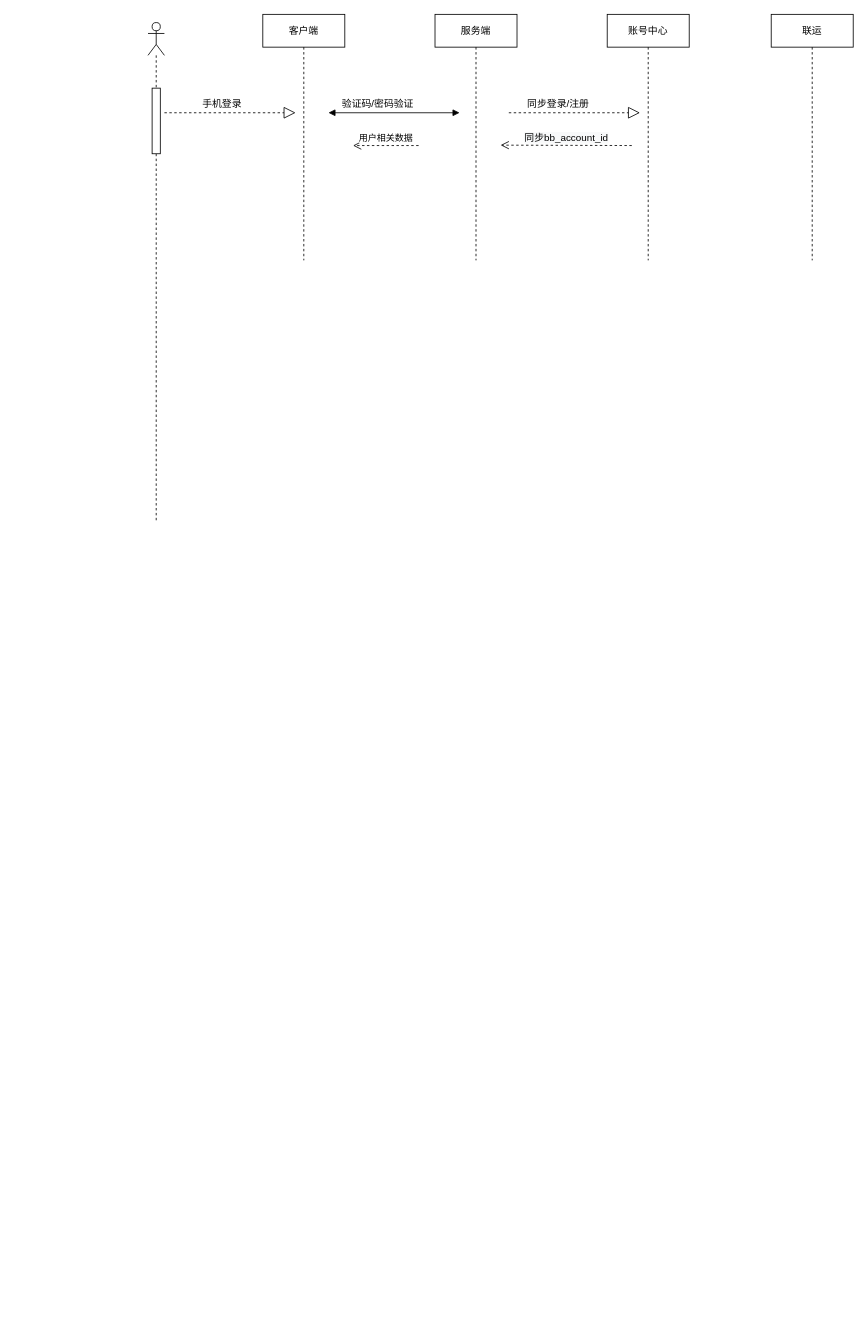
Before: page "会员注册登录" (3 of 3) of 学习/Untitled Diagram.drawio in yellowseatag/myweb, a draw.io diagram. Source tidied: cells renumbered, new cells numbered last; positions are measured from the earlier drawing's top-left corner, leaving out a move shared by most shapes. Both pictures are drawn from the tidied source at 82%, with x=0, y=0 at pixel (148, 14).
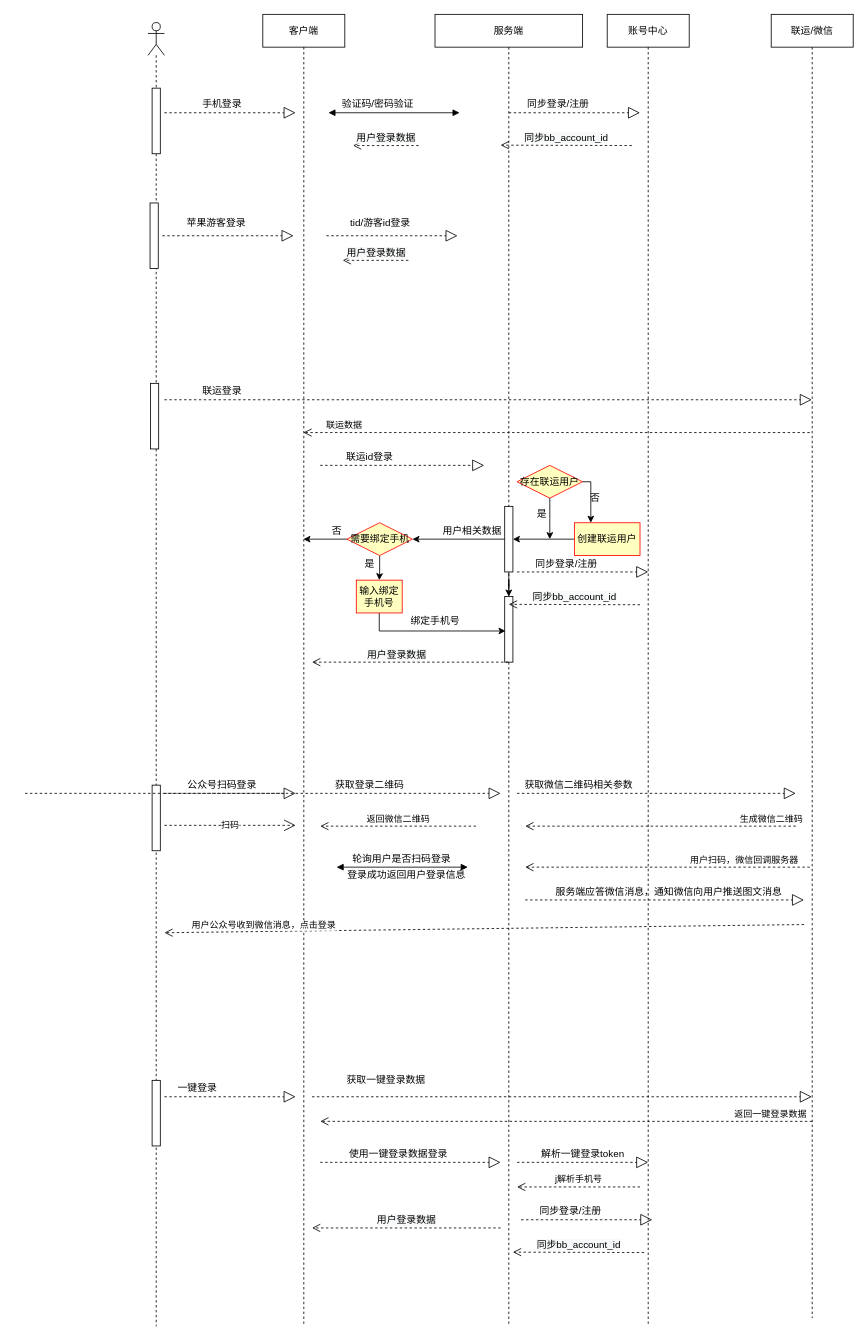
Above is the later version.

Diff of the diagram source:
```diff
@@
     <mxCell id="2" value="服务端" style="shape=umlLifeline;perimeter=lifelinePerimeter;whiteSpace=wrap;html=1;outlineConnect=0;" parent="1" vertex="1">
-      <mxGeometry x="350" width="100" height="300" as="geometry" />
+      <mxGeometry x="350" width="180" height="1600" as="geometry" />
     </mxCell>
@@
+    <mxCell id="16" value="存在联运用户" style="rhombus;whiteSpace=wrap;html=1;fillColor=#ffffc0;strokeColor=#ff0000;" parent="2" vertex="1">
+      <mxGeometry x="100" y="550" width="80" height="40" as="geometry" />
+    </mxCell>
+    <mxCell id="17" style="edgeStyle=orthogonalEdgeStyle;rounded=0;jettySize=auto;html=1;" parent="2" edge="1" source="18" target="19">
+      <mxGeometry relative="1" as="geometry" />
+    </mxCell>
+    <mxCell id="18" style="html=1;points=[];perimeter=orthogonalPerimeter;" parent="2" vertex="1">
+      <mxGeometry x="85" y="600" width="10" height="80" as="geometry" />
+    </mxCell>
+    <mxCell id="19" style="html=1;points=[];perimeter=orthogonalPerimeter;" parent="2" vertex="1">
+      <mxGeometry x="85" y="710" width="10" height="80" as="geometry" />
+    </mxCell>
+    <mxCell id="20" style="endArrow=block;dashed=1;endFill=0;endSize=12;html=1;" parent="2" edge="1">
+      <mxGeometry relative="1" as="geometry">
+        <mxPoint x="100" y="950" as="sourcePoint" />
+        <mxPoint x="440" y="950" as="targetPoint" />
+      </mxGeometry>
+    </mxCell>
+    <mxCell id="21" style="endArrow=block;dashed=1;endFill=0;endSize=12;html=1;" parent="2" edge="1">
+      <mxGeometry relative="1" as="geometry">
+        <mxPoint x="110" y="1080" as="sourcePoint" />
+        <mxPoint x="450" y="1080" as="targetPoint" />
+      </mxGeometry>
+    </mxCell>
+    <mxCell id="22" style="endArrow=block;dashed=1;endFill=0;endSize=12;html=1;" parent="2" edge="1">
+      <mxGeometry relative="1" as="geometry">
+        <mxPoint x="100" y="1400" as="sourcePoint" />
+        <mxPoint x="260" y="1400" as="targetPoint" />
+      </mxGeometry>
+    </mxCell>
+    <mxCell id="23" value="j解析手机号" style="html=1;verticalAlign=bottom;endArrow=open;dashed=1;endSize=8;" parent="2" edge="1">
+      <mxGeometry relative="1" as="geometry">
+        <mxPoint x="250" y="1430" as="sourcePoint" />
+        <mxPoint x="100" y="1430" as="targetPoint" />
+      </mxGeometry>
+    </mxCell>
+    <mxCell id="24" value="&lt;span style=&quot;font-size: 12px ; background-color: rgb(248 , 249 , 250)&quot;&gt;用户登录数据&lt;/span&gt;" style="html=1;verticalAlign=bottom;endArrow=open;dashed=1;endSize=8;" parent="2" edge="1">
+      <mxGeometry relative="1" as="geometry">
+        <mxPoint x="80" y="1480" as="sourcePoint" />
+        <mxPoint x="-150" y="1480" as="targetPoint" />
+      </mxGeometry>
+    </mxCell>
     <mxCell id="4" value="账号中心" style="shape=umlLifeline;perimeter=lifelinePerimeter;whiteSpace=wrap;html=1;" parent="1" vertex="1">
-      <mxGeometry x="560" width="100" height="300" as="geometry" />
+      <mxGeometry x="560" width="100" height="1600" as="geometry" />
     </mxCell>
-    <mxCell id="5" value="联运" style="shape=umlLifeline;perimeter=lifelinePerimeter;whiteSpace=wrap;html=1;outlineConnect=0;" parent="1" vertex="1">
-      <mxGeometry x="760" width="100" height="300" as="geometry" />
+    <mxCell id="5" value="联运/微信" style="shape=umlLifeline;perimeter=lifelinePerimeter;whiteSpace=wrap;html=1;outlineConnect=0;" parent="1" vertex="1">
+      <mxGeometry x="760" width="100" height="1590" as="geometry" />
     </mxCell>
     <mxCell id="6" value="客户端" style="shape=umlLifeline;perimeter=lifelinePerimeter;whiteSpace=wrap;html=1;outlineConnect=0;" parent="1" vertex="1">
-      <mxGeometry x="140" width="100" height="300" as="geometry" />
+      <mxGeometry x="140" width="100" height="1600" as="geometry" />
     </mxCell>
@@
+    <mxCell id="25" style="endArrow=block;dashed=1;endFill=0;endSize=12;html=1;" parent="6" edge="1">
+      <mxGeometry relative="1" as="geometry">
+        <mxPoint x="77.5" y="270" as="sourcePoint" />
+        <mxPoint x="237.5" y="270" as="targetPoint" />
+      </mxGeometry>
+    </mxCell>
+    <mxCell id="26" style="endArrow=block;dashed=1;endFill=0;endSize=12;html=1;" parent="6" edge="1">
+      <mxGeometry relative="1" as="geometry">
+        <mxPoint x="70" y="550" as="sourcePoint" />
+        <mxPoint x="270" y="550" as="targetPoint" />
+      </mxGeometry>
+    </mxCell>
+    <mxCell id="27" value="&lt;span style=&quot;font-size: 12px ; background-color: rgb(248 , 249 , 250)&quot;&gt;用户登录数据&lt;/span&gt;" style="html=1;verticalAlign=bottom;endArrow=open;dashed=1;endSize=8;" parent="6" edge="1" source="2">
+      <mxGeometry x="0.14" relative="1" as="geometry">
+        <mxPoint x="60" y="790" as="targetPoint" />
+      </mxGeometry>
+    </mxCell>
+    <mxCell id="28" style="endArrow=block;startArrow=block;endFill=1;startFill=1;html=1;" parent="6" edge="1">
+      <mxGeometry relative="1" as="geometry">
+        <mxPoint x="90" y="1040" as="sourcePoint" />
+        <mxPoint x="250" y="1040" as="targetPoint" />
+      </mxGeometry>
+    </mxCell>
+    <mxCell id="29" style="endArrow=block;dashed=1;endFill=0;endSize=12;html=1;" parent="6" edge="1" target="5">
+      <mxGeometry relative="1" as="geometry">
+        <mxPoint x="60" y="1320" as="sourcePoint" />
+      </mxGeometry>
+    </mxCell>
+    <mxCell id="30" style="endArrow=block;dashed=1;endFill=0;endSize=12;html=1;" parent="6" edge="1">
+      <mxGeometry relative="1" as="geometry">
+        <mxPoint x="70" y="1400" as="sourcePoint" />
+        <mxPoint x="290" y="1400" as="targetPoint" />
+      </mxGeometry>
+    </mxCell>
     <mxCell id="8" style="shape=umlLifeline;participant=umlActor;perimeter=lifelinePerimeter;whiteSpace=wrap;html=1;verticalAlign=top;spacingTop=36;" parent="1" vertex="1">
-      <mxGeometry y="10" width="20" height="610" as="geometry" />
+      <mxGeometry y="10" width="20" height="1590" as="geometry" />
     </mxCell>
@@
+    <mxCell id="31" style="html=1;perimeter=orthogonalPerimeter;" parent="8" vertex="1">
+      <mxGeometry x="2.5" y="220" width="10" height="80" as="geometry" />
+    </mxCell>
+    <mxCell id="32" style="html=1;perimeter=orthogonalPerimeter;" parent="8" vertex="1">
+      <mxGeometry x="3" y="440" width="10" height="80" as="geometry" />
+    </mxCell>
+    <mxCell id="33" style="html=1;perimeter=orthogonalPerimeter;" parent="8" vertex="1">
+      <mxGeometry x="5" y="930" width="10" height="80" as="geometry" />
+    </mxCell>
+    <mxCell id="34" style="html=1;perimeter=orthogonalPerimeter;" parent="8" vertex="1">
+      <mxGeometry x="5" y="1290" width="10" height="80" as="geometry" />
+    </mxCell>
@@
-    <mxCell id="15" value="用户相关数据" style="html=1;verticalAlign=bottom;endArrow=open;dashed=1;endSize=8;" parent="1" edge="1">
+    <mxCell id="15" value="&lt;span style=&quot;font-size: 12px ; background-color: rgb(248 , 249 , 250)&quot;&gt;用户登录数据&lt;/span&gt;" style="html=1;verticalAlign=bottom;endArrow=open;dashed=1;endSize=8;" parent="1" edge="1">
       <mxGeometry relative="1" as="geometry">
         <mxPoint x="330" y="160" as="sourcePoint" />
         <mxPoint x="250" y="160" as="targetPoint" />
       </mxGeometry>
     </mxCell>
+    <mxCell id="35" style="endArrow=block;dashed=1;endFill=0;endSize=12;html=1;" parent="1" edge="1">
+      <mxGeometry relative="1" as="geometry">
+        <mxPoint x="17.5" y="270" as="sourcePoint" />
+        <mxPoint x="177.5" y="270" as="targetPoint" />
+      </mxGeometry>
+    </mxCell>
+    <mxCell id="36" value="苹果游客登录" style="text;html=1;align=center;verticalAlign=middle;strokeColor=none;" parent="1" vertex="1">
+      <mxGeometry x="37.5" y="245" width="90" height="20" as="geometry" />
+    </mxCell>
+    <mxCell id="37" value="tid/游客id登录" style="text;html=1;align=center;verticalAlign=middle;strokeColor=none;" parent="1" vertex="1">
+      <mxGeometry x="237.5" y="245" width="90" height="20" as="geometry" />
+    </mxCell>
+    <mxCell id="38" value="&lt;span style=&quot;font-size: 12px ; background-color: rgb(248 , 249 , 250)&quot;&gt;用户登录数据&lt;/span&gt;" style="html=1;verticalAlign=bottom;endArrow=open;dashed=1;endSize=8;" parent="1" edge="1">
+      <mxGeometry relative="1" as="geometry">
+        <mxPoint x="317.5" y="300" as="sourcePoint" />
+        <mxPoint x="237.5" y="300" as="targetPoint" />
+      </mxGeometry>
+    </mxCell>
+    <mxCell id="39" style="endArrow=block;dashed=1;endFill=0;endSize=12;html=1;" parent="1" edge="1" target="5">
+      <mxGeometry relative="1" as="geometry">
+        <mxPoint x="20" y="470" as="sourcePoint" />
+      </mxGeometry>
+    </mxCell>
+    <mxCell id="40" value="联运登录" style="text;html=1;align=center;verticalAlign=middle;strokeColor=none;" parent="1" vertex="1">
+      <mxGeometry x="60" y="450" width="60" height="20" as="geometry" />
+    </mxCell>
+    <mxCell id="41" value="联运数据" style="html=1;verticalAlign=bottom;endArrow=open;dashed=1;endSize=8;" parent="1" edge="1" target="6">
+      <mxGeometry x="0.84" relative="1" as="geometry">
+        <mxPoint x="807" y="510" as="sourcePoint" />
+      </mxGeometry>
+    </mxCell>
+    <mxCell id="42" value="联运id登录" style="text;html=1;align=center;verticalAlign=middle;strokeColor=none;" parent="1" vertex="1">
+      <mxGeometry x="235" y="530" width="70" height="20" as="geometry" />
+    </mxCell>
+    <mxCell id="43" style="edgeStyle=orthogonalEdgeStyle;rounded=0;jettySize=auto;html=1;" parent="1" edge="1" source="44" target="18">
+      <mxGeometry relative="1" as="geometry" />
+    </mxCell>
+    <mxCell id="44" value="创建联运用户" style="whiteSpace=wrap;html=1;strokeColor=#ff0000;fillColor=#ffffc0;" parent="1" vertex="1">
+      <mxGeometry x="520" y="620" width="80" height="40" as="geometry" />
+    </mxCell>
+    <mxCell id="45" style="edgeStyle=orthogonalEdgeStyle;rounded=0;jettySize=auto;html=1;" parent="1" edge="1" source="16" target="44">
+      <mxGeometry relative="1" as="geometry">
+        <Array as="points">
+          <mxPoint x="540" y="570" />
+        </Array>
+      </mxGeometry>
+    </mxCell>
+    <mxCell id="46" value="否" style="text;html=1;align=center;verticalAlign=middle;strokeColor=none;" parent="1" vertex="1">
+      <mxGeometry x="530" y="580" width="30" height="20" as="geometry" />
+    </mxCell>
+    <mxCell id="47" style="edgeStyle=orthogonalEdgeStyle;rounded=0;jettySize=auto;html=1;exitX=0.5;exitY=1;exitDx=0;exitDy=0;" parent="1" edge="1" source="16">
+      <mxGeometry relative="1" as="geometry">
+        <mxPoint x="490" y="640" as="targetPoint" />
+      </mxGeometry>
+    </mxCell>
+    <mxCell id="48" value="是" style="text;html=1;align=center;verticalAlign=middle;strokeColor=none;" parent="1" vertex="1">
+      <mxGeometry x="465" y="600" width="30" height="20" as="geometry" />
+    </mxCell>
+    <mxCell id="49" style="edgeStyle=orthogonalEdgeStyle;rounded=0;jettySize=auto;html=1;" parent="1" edge="1" source="51" target="6">
+      <mxGeometry relative="1" as="geometry">
+        <Array as="points">
+          <mxPoint x="220" y="640" />
+          <mxPoint x="220" y="640" />
+        </Array>
+      </mxGeometry>
+    </mxCell>
+    <mxCell id="50" style="edgeStyle=orthogonalEdgeStyle;rounded=0;jettySize=auto;html=1;" parent="1" edge="1" source="51" target="56">
+      <mxGeometry relative="1" as="geometry" />
+    </mxCell>
+    <mxCell id="51" value="需要绑定手机" style="rhombus;whiteSpace=wrap;html=1;fillColor=#ffffc0;strokeColor=#ff0000;" parent="1" vertex="1">
+      <mxGeometry x="242.5" y="620" width="80" height="40" as="geometry" />
+    </mxCell>
+    <mxCell id="52" style="edgeStyle=orthogonalEdgeStyle;rounded=0;jettySize=auto;html=1;" parent="1" edge="1" source="18" target="51">
+      <mxGeometry relative="1" as="geometry" />
+    </mxCell>
+    <mxCell id="53" value="用户相关数据" style="text;html=1;align=center;verticalAlign=middle;strokeColor=none;" parent="1" vertex="1">
+      <mxGeometry x="350" y="620" width="90" height="20" as="geometry" />
+    </mxCell>
+    <mxCell id="54" value="否" style="text;html=1;align=center;verticalAlign=middle;strokeColor=none;" parent="1" vertex="1">
+      <mxGeometry x="215" y="620" width="30" height="20" as="geometry" />
+    </mxCell>
+    <mxCell id="55" style="edgeStyle=orthogonalEdgeStyle;rounded=0;jettySize=auto;html=1;entryX=0.1;entryY=0.525;entryDx=0;entryDy=0;entryPerimeter=0;" parent="1" edge="1" source="56" target="19">
+      <mxGeometry relative="1" as="geometry">
+        <Array as="points">
+          <mxPoint x="282" y="752" />
+        </Array>
+      </mxGeometry>
+    </mxCell>
+    <mxCell id="56" value="输入绑定手机号" style="whiteSpace=wrap;html=1;strokeColor=#ff0000;fillColor=#ffffc0;" parent="1" vertex="1">
+      <mxGeometry x="254" y="690" width="56" height="40" as="geometry" />
+    </mxCell>
+    <mxCell id="57" value="是" style="text;html=1;align=center;verticalAlign=middle;strokeColor=none;" parent="1" vertex="1">
+      <mxGeometry x="255" y="660" width="30" height="20" as="geometry" />
+    </mxCell>
+    <mxCell id="58" value="绑定手机号" style="text;html=1;align=center;verticalAlign=middle;strokeColor=none;" parent="1" vertex="1">
+      <mxGeometry x="310" y="730" width="80" height="20" as="geometry" />
+    </mxCell>
+    <mxCell id="59" style="endArrow=block;dashed=1;endFill=0;endSize=12;html=1;" parent="1" edge="1">
+      <mxGeometry relative="1" as="geometry">
+        <mxPoint x="450" y="680" as="sourcePoint" />
+        <mxPoint x="610" y="680" as="targetPoint" />
+      </mxGeometry>
+    </mxCell>
+    <mxCell id="60" value="同步登录/注册" style="text;html=1;align=center;verticalAlign=middle;strokeColor=none;" parent="1" vertex="1">
+      <mxGeometry x="465" y="660" width="90" height="20" as="geometry" />
+    </mxCell>
+    <mxCell id="61" value="&lt;span style=&quot;font-size: 12px ; background-color: rgb(248 , 249 , 250)&quot;&gt;同步bb_account_id&lt;/span&gt;" style="html=1;verticalAlign=bottom;endArrow=open;dashed=1;endSize=8;" parent="1" edge="1">
+      <mxGeometry relative="1" as="geometry">
+        <mxPoint x="600" y="720" as="sourcePoint" />
+        <mxPoint x="440" y="719.5" as="targetPoint" />
+      </mxGeometry>
+    </mxCell>
+    <mxCell id="62" style="endArrow=block;dashed=1;endFill=0;endSize=12;html=1;" parent="1" edge="1">
+      <mxGeometry relative="1" as="geometry">
+        <mxPoint x="20" y="950" as="sourcePoint" />
+        <mxPoint x="180" y="950" as="targetPoint" />
+      </mxGeometry>
+    </mxCell>
+    <mxCell id="63" value="公众号扫码登录" style="text;html=1;align=center;verticalAlign=middle;strokeColor=none;" parent="1" vertex="1">
+      <mxGeometry x="40" y="930" width="100" height="20" as="geometry" />
+    </mxCell>
+    <mxCell id="64" value="获取登录二维码" style="text;html=1;align=center;verticalAlign=middle;strokeColor=none;" parent="1" vertex="1">
+      <mxGeometry x="220" y="930" width="100" height="20" as="geometry" />
+    </mxCell>
+    <mxCell id="65" style="endArrow=block;dashed=1;endFill=0;endSize=12;html=1;" parent="1" edge="1">
+      <mxGeometry relative="1" as="geometry">
+        <mxPoint x="-150" y="950" as="sourcePoint" />
+        <mxPoint x="430" y="950" as="targetPoint" />
+      </mxGeometry>
+    </mxCell>
+    <mxCell id="66" value="获取微信二维码相关参数" style="text;html=1;align=center;verticalAlign=middle;strokeColor=none;" parent="1" vertex="1">
+      <mxGeometry x="450" y="930" width="150" height="20" as="geometry" />
+    </mxCell>
+    <mxCell id="67" value="生成微信二维码" style="html=1;verticalAlign=bottom;endArrow=open;dashed=1;endSize=8;" parent="1" edge="1">
+      <mxGeometry x="-0.82" relative="1" as="geometry">
+        <mxPoint x="790" y="990" as="sourcePoint" />
+        <mxPoint x="460" y="990" as="targetPoint" />
+      </mxGeometry>
+    </mxCell>
+    <mxCell id="68" value="返回微信二维码" style="html=1;verticalAlign=bottom;endArrow=open;dashed=1;endSize=8;" parent="1" edge="1">
+      <mxGeometry relative="1" as="geometry">
+        <mxPoint x="400" y="990" as="sourcePoint" />
+        <mxPoint x="210" y="990" as="targetPoint" />
+      </mxGeometry>
+    </mxCell>
+    <mxCell id="69" value="扫码" style="endArrow=open;endSize=12;dashed=1;html=1;" parent="1" edge="1">
+      <mxGeometry relative="1" as="geometry">
+        <mxPoint x="20" y="989" as="sourcePoint" />
+        <mxPoint x="180" y="989" as="targetPoint" />
+      </mxGeometry>
+    </mxCell>
+    <mxCell id="70" value="用户扫码，微信回调服务器" style="html=1;verticalAlign=bottom;endArrow=open;dashed=1;endSize=8;" parent="1" edge="1">
+      <mxGeometry x="-0.54" relative="1" as="geometry">
+        <mxPoint x="807" y="1040" as="sourcePoint" />
+        <mxPoint x="460" y="1040" as="targetPoint" />
+      </mxGeometry>
+    </mxCell>
+    <mxCell id="71" value="服务端应答微信消息，通知微信向用户推送图文消息" style="text;html=1;align=center;verticalAlign=middle;strokeColor=none;" parent="1" vertex="1">
+      <mxGeometry x="490" y="1060" width="290" height="20" as="geometry" />
+    </mxCell>
+    <mxCell id="72" value="用户公众号收到微信消息，点击登录" style="html=1;verticalAlign=bottom;endArrow=open;dashed=1;endSize=8;" parent="1" edge="1">
+      <mxGeometry x="0.69" y="2" relative="1" as="geometry">
+        <mxPoint x="800" y="1110" as="sourcePoint" />
+        <mxPoint x="20" y="1120" as="targetPoint" />
+      </mxGeometry>
+    </mxCell>
+    <mxCell id="73" value="轮询用户是否扫码登录" style="text;html=1;align=center;verticalAlign=middle;strokeColor=none;" parent="1" vertex="1">
+      <mxGeometry x="239" y="1020" width="140" height="20" as="geometry" />
+    </mxCell>
+    <mxCell id="74" value="登录成功返回用户登录信息" style="text;html=1;align=center;verticalAlign=middle;strokeColor=none;" parent="1" vertex="1">
+      <mxGeometry x="235" y="1040" width="160" height="20" as="geometry" />
+    </mxCell>
+    <mxCell id="75" style="endArrow=block;dashed=1;endFill=0;endSize=12;html=1;" parent="1" edge="1">
+      <mxGeometry relative="1" as="geometry">
+        <mxPoint x="20" y="1320" as="sourcePoint" />
+        <mxPoint x="180" y="1320" as="targetPoint" />
+      </mxGeometry>
+    </mxCell>
+    <mxCell id="76" value="一键登录" style="text;html=1;align=center;verticalAlign=middle;strokeColor=none;" parent="1" vertex="1">
+      <mxGeometry x="30" y="1300" width="60" height="20" as="geometry" />
+    </mxCell>
+    <mxCell id="77" value="获取一键登录数据" style="text;html=1;align=center;verticalAlign=middle;strokeColor=none;" parent="1" vertex="1">
+      <mxGeometry x="235" y="1290" width="110" height="20" as="geometry" />
+    </mxCell>
+    <mxCell id="78" value="返回一键登录数据" style="html=1;verticalAlign=bottom;endArrow=open;dashed=1;endSize=8;" parent="1" edge="1">
+      <mxGeometry x="-0.83" relative="1" as="geometry">
+        <mxPoint x="810" y="1350" as="sourcePoint" />
+        <mxPoint x="210" y="1350" as="targetPoint" />
+      </mxGeometry>
+    </mxCell>
+    <mxCell id="79" value="使用一键登录数据登录" style="text;html=1;align=center;verticalAlign=middle;strokeColor=none;" parent="1" vertex="1">
+      <mxGeometry x="235" y="1380" width="140" height="20" as="geometry" />
+    </mxCell>
+    <mxCell id="80" value="解析一键登录token" style="text;html=1;align=center;verticalAlign=middle;strokeColor=none;" parent="1" vertex="1">
+      <mxGeometry x="470" y="1380" width="120" height="20" as="geometry" />
+    </mxCell>
+    <mxCell id="81" style="endArrow=block;dashed=1;endFill=0;endSize=12;html=1;" parent="1" edge="1">
+      <mxGeometry relative="1" as="geometry">
+        <mxPoint x="455" y="1470" as="sourcePoint" />
+        <mxPoint x="615" y="1470" as="targetPoint" />
+      </mxGeometry>
+    </mxCell>
+    <mxCell id="82" value="同步登录/注册" style="text;html=1;align=center;verticalAlign=middle;strokeColor=none;" parent="1" vertex="1">
+      <mxGeometry x="470" y="1450" width="90" height="20" as="geometry" />
+    </mxCell>
+    <mxCell id="83" value="&lt;span style=&quot;font-size: 12px ; background-color: rgb(248 , 249 , 250)&quot;&gt;同步bb_account_id&lt;/span&gt;" style="html=1;verticalAlign=bottom;endArrow=open;dashed=1;endSize=8;" parent="1" edge="1">
+      <mxGeometry relative="1" as="geometry">
+        <mxPoint x="605" y="1510" as="sourcePoint" />
+        <mxPoint x="445" y="1509.5" as="targetPoint" />
+      </mxGeometry>
+    </mxCell>
```
